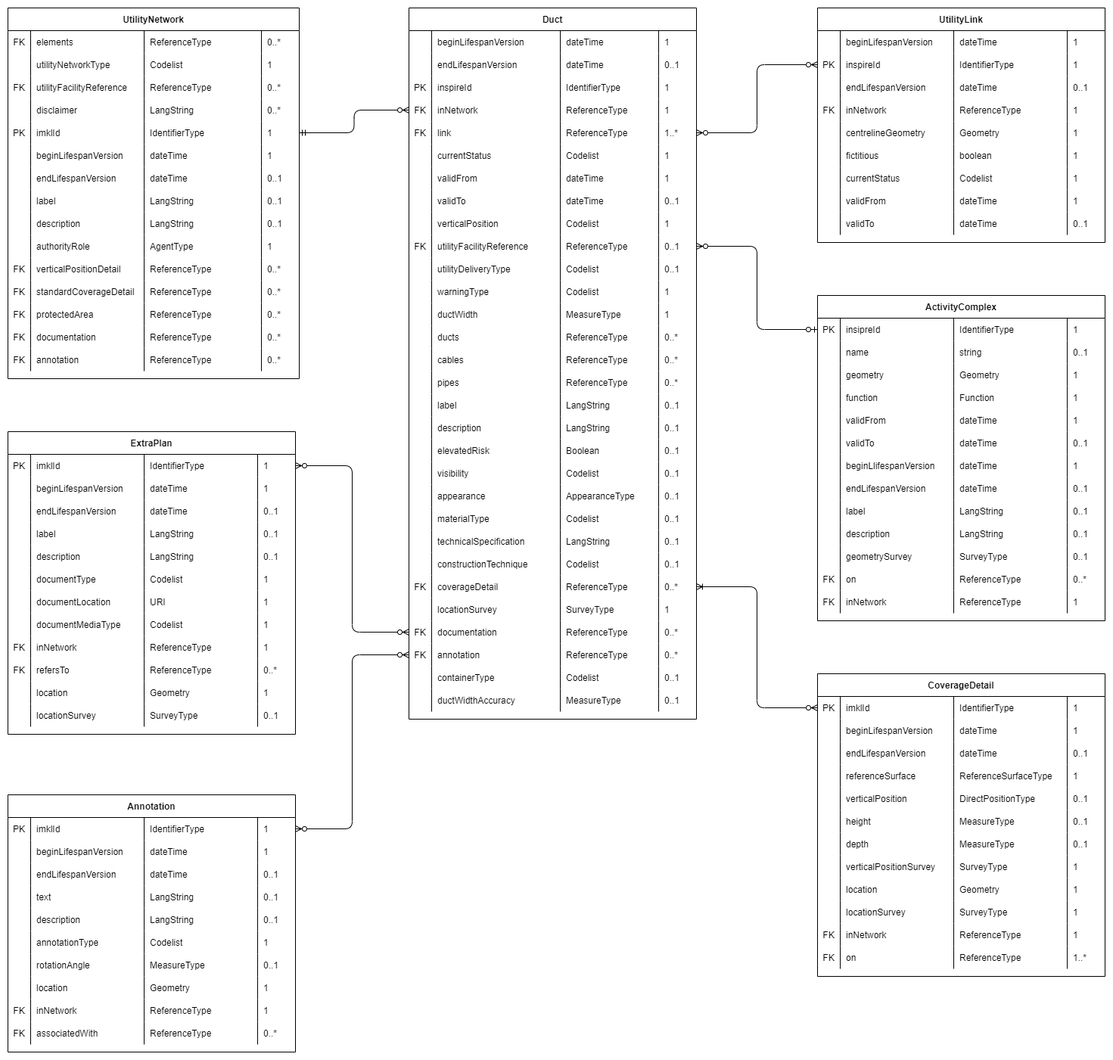
Earlier version of the draw.io export implementation/Documentation/ERD/IMKL3 Duct.png (belgif/ICEGthema-imkl). Source tidied: cells renumbered, new cells last; positions are measured from the earlier drawing's top-left corner, leaving out a move shared by most shapes.
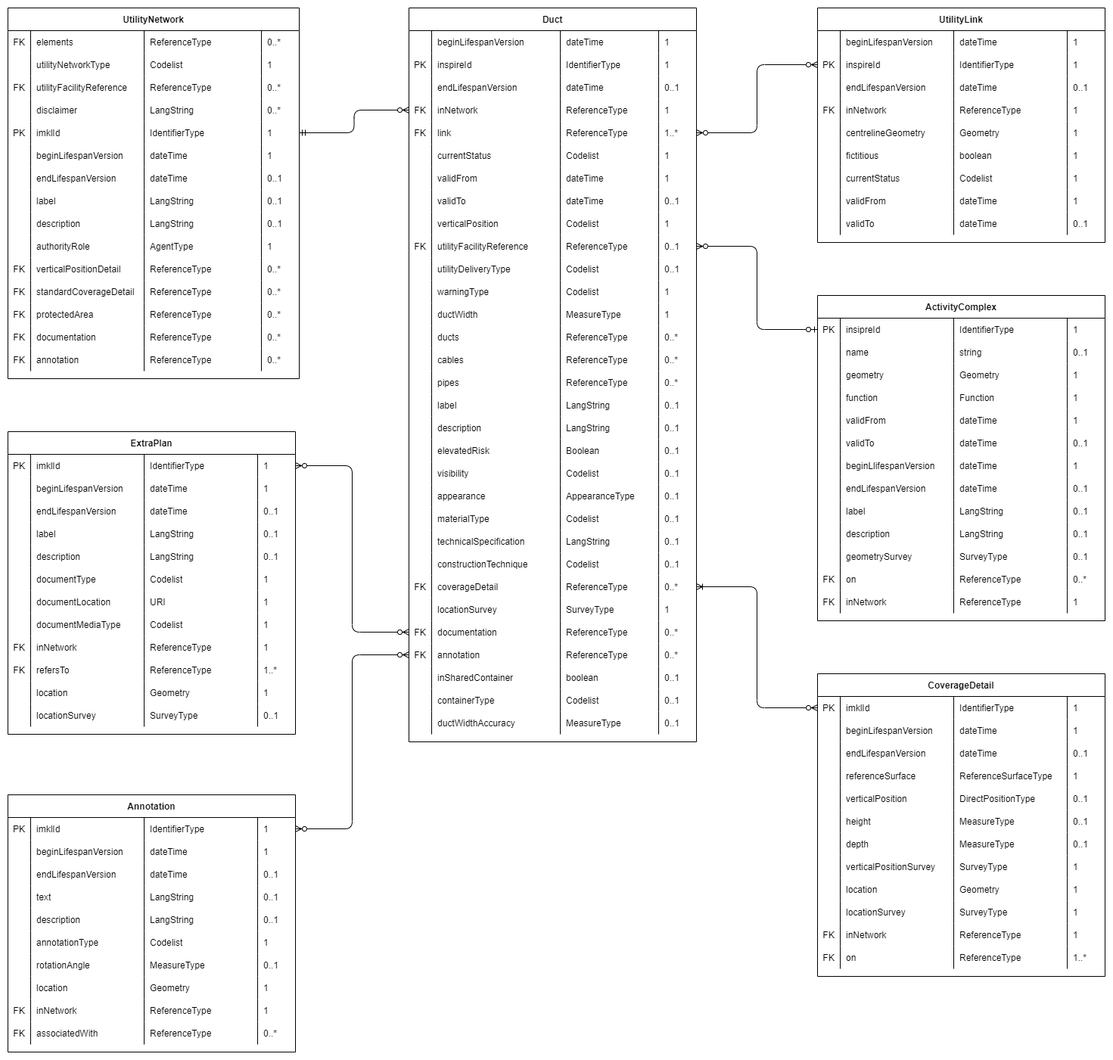
After the commit.

Change to the diagram source:
```diff
@@ -3,7 +3,7 @@
     <mxCell id="0" />
     <mxCell id="1" parent="0" />
     <mxCell id="2" value="Duct" style="shape=table;startSize=30;rowLines=0;fontStyle=1;align=center;" parent="1" vertex="1">
-      <mxGeometry x="530" width="380" height="940" as="geometry" />
+      <mxGeometry x="530" width="380" height="970" as="geometry" />
     </mxCell>
     <mxCell id="3" style="shape=tableRow;horizontal=0;startSize=0;swimlaneHead=0;swimlaneBody=0;fillColor=none;top=0;left=0;right=0;bottom=0;" parent="2" vertex="1">
       <mxGeometry y="30" width="380" height="30" as="geometry" />
@@ -20,8 +20,23 @@
     <mxCell id="7" value="1" style="shape=partialRectangle;fillColor=none;top=0;left=0;bottom=0;right=0;align=left;spacingLeft=6;overflow=hidden;" parent="3" vertex="1">
       <mxGeometry x="330" width="50" height="30" as="geometry" />
     </mxCell>
+    <mxCell id="520" style="shape=tableRow;horizontal=0;startSize=0;swimlaneHead=0;swimlaneBody=0;fillColor=none;top=0;left=0;right=0;bottom=0;" parent="2" vertex="1">
+      <mxGeometry y="60" width="380" height="30" as="geometry" />
+    </mxCell>
+    <mxCell id="14" value="PK" style="shape=partialRectangle;fillColor=none;top=0;left=0;bottom=0;right=0;overflow=hidden;" parent="520" vertex="1">
+      <mxGeometry width="30" height="30" as="geometry" />
+    </mxCell>
+    <mxCell id="15" value="inspireId" style="shape=partialRectangle;fillColor=none;top=0;left=0;bottom=0;right=0;align=left;spacingLeft=6;overflow=hidden;" parent="520" vertex="1">
+      <mxGeometry x="30" width="170" height="30" as="geometry" />
+    </mxCell>
+    <mxCell id="16" value="IdentifierType" style="shape=partialRectangle;fillColor=none;top=0;left=0;bottom=0;right=0;align=left;spacingLeft=6;overflow=hidden;" parent="520" vertex="1">
+      <mxGeometry x="200" width="130" height="30" as="geometry" />
+    </mxCell>
+    <mxCell id="17" value="1" style="shape=partialRectangle;fillColor=none;top=0;left=0;bottom=0;right=0;align=left;spacingLeft=6;overflow=hidden;" parent="520" vertex="1">
+      <mxGeometry x="330" width="50" height="30" as="geometry" />
+    </mxCell>
     <mxCell id="8" style="shape=tableRow;horizontal=0;startSize=0;swimlaneHead=0;swimlaneBody=0;fillColor=none;top=0;left=0;right=0;bottom=0;" parent="2" vertex="1">
-      <mxGeometry y="60" width="380" height="30" as="geometry" />
+      <mxGeometry y="90" width="380" height="30" as="geometry" />
     </mxCell>
     <mxCell id="9" style="shape=partialRectangle;fillColor=none;top=0;left=0;bottom=0;right=0;overflow=hidden;" parent="8" vertex="1">
       <mxGeometry width="30" height="30" as="geometry" />
@@ -35,21 +50,6 @@
     <mxCell id="12" value="0..1" style="shape=partialRectangle;fillColor=none;top=0;left=0;bottom=0;right=0;align=left;spacingLeft=6;overflow=hidden;" parent="8" vertex="1">
       <mxGeometry x="330" width="50" height="30" as="geometry" />
     </mxCell>
-    <mxCell id="13" style="shape=tableRow;horizontal=0;startSize=0;swimlaneHead=0;swimlaneBody=0;fillColor=none;top=0;left=0;right=0;bottom=0;" parent="2" vertex="1">
-      <mxGeometry y="90" width="380" height="30" as="geometry" />
-    </mxCell>
-    <mxCell id="14" value="PK" style="shape=partialRectangle;fillColor=none;top=0;left=0;bottom=0;right=0;overflow=hidden;" parent="13" vertex="1">
-      <mxGeometry width="30" height="30" as="geometry" />
-    </mxCell>
-    <mxCell id="15" value="inspireId" style="shape=partialRectangle;fillColor=none;top=0;left=0;bottom=0;right=0;align=left;spacingLeft=6;overflow=hidden;" parent="13" vertex="1">
-      <mxGeometry x="30" width="170" height="30" as="geometry" />
-    </mxCell>
-    <mxCell id="16" value="IdentifierType" style="shape=partialRectangle;fillColor=none;top=0;left=0;bottom=0;right=0;align=left;spacingLeft=6;overflow=hidden;" parent="13" vertex="1">
-      <mxGeometry x="200" width="130" height="30" as="geometry" />
-    </mxCell>
-    <mxCell id="17" value="1" style="shape=partialRectangle;fillColor=none;top=0;left=0;bottom=0;right=0;align=left;spacingLeft=6;overflow=hidden;" parent="13" vertex="1">
-      <mxGeometry x="330" width="50" height="30" as="geometry" />
-    </mxCell>
     <mxCell id="18" style="shape=tableRow;horizontal=0;startSize=0;swimlaneHead=0;swimlaneBody=0;fillColor=none;points=[[0,0.5],[1,0.5]];portConstraint=eastwest;top=0;left=0;right=0;bottom=0;" parent="2" vertex="1">
       <mxGeometry y="120" width="380" height="30" as="geometry" />
     </mxCell>
@@ -425,8 +425,23 @@
     <mxCell id="142" value="0..*" style="shape=partialRectangle;fillColor=none;top=0;left=0;bottom=0;right=0;align=left;spacingLeft=6;overflow=hidden;" parent="138" vertex="1">
       <mxGeometry x="330" width="50" height="30" as="geometry" />
     </mxCell>
+    <mxCell id="521" style="shape=tableRow;horizontal=0;startSize=0;swimlaneHead=0;swimlaneBody=0;fillColor=none;top=0;left=0;right=0;bottom=0;" parent="2" vertex="1">
+      <mxGeometry y="870" width="380" height="30" as="geometry" />
+    </mxCell>
+    <mxCell id="522" style="shape=partialRectangle;fillColor=none;top=0;left=0;bottom=0;right=0;overflow=hidden;" parent="521" vertex="1">
+      <mxGeometry width="30" height="30" as="geometry" />
+    </mxCell>
+    <mxCell id="523" value="inSharedContainer" style="shape=partialRectangle;fillColor=none;top=0;left=0;bottom=0;right=0;align=left;spacingLeft=6;overflow=hidden;" parent="521" vertex="1">
+      <mxGeometry x="30" width="170" height="30" as="geometry" />
+    </mxCell>
+    <mxCell id="524" value="boolean" style="shape=partialRectangle;fillColor=none;top=0;left=0;bottom=0;right=0;align=left;spacingLeft=6;overflow=hidden;" parent="521" vertex="1">
+      <mxGeometry x="200" width="130" height="30" as="geometry" />
+    </mxCell>
+    <mxCell id="525" value="0..1" style="shape=partialRectangle;fillColor=none;top=0;left=0;bottom=0;right=0;align=left;spacingLeft=6;overflow=hidden;" parent="521" vertex="1">
+      <mxGeometry x="330" width="50" height="30" as="geometry" />
+    </mxCell>
     <mxCell id="143" style="shape=tableRow;horizontal=0;startSize=0;swimlaneHead=0;swimlaneBody=0;fillColor=none;top=0;left=0;right=0;bottom=0;" parent="2" vertex="1">
-      <mxGeometry y="870" width="380" height="30" as="geometry" />
+      <mxGeometry y="900" width="380" height="30" as="geometry" />
     </mxCell>
     <mxCell id="144" style="shape=partialRectangle;fillColor=none;top=0;left=0;bottom=0;right=0;overflow=hidden;" parent="143" vertex="1">
       <mxGeometry width="30" height="30" as="geometry" />
@@ -441,7 +456,7 @@
       <mxGeometry x="330" width="50" height="30" as="geometry" />
     </mxCell>
     <mxCell id="148" style="shape=tableRow;horizontal=0;startSize=0;swimlaneHead=0;swimlaneBody=0;fillColor=none;top=0;left=0;right=0;bottom=0;" parent="2" vertex="1">
-      <mxGeometry y="900" width="380" height="30" as="geometry" />
+      <mxGeometry y="930" width="380" height="30" as="geometry" />
     </mxCell>
     <mxCell id="149" style="shape=partialRectangle;fillColor=none;top=0;left=0;bottom=0;right=0;overflow=hidden;" parent="148" vertex="1">
       <mxGeometry width="30" height="30" as="geometry" />
@@ -1352,7 +1367,7 @@
     <mxCell id="451" value="ReferenceType" style="shape=partialRectangle;fillColor=none;top=0;left=0;bottom=0;right=0;align=left;spacingLeft=6;overflow=hidden;" parent="448" vertex="1">
       <mxGeometry x="180" width="150" height="30" as="geometry" />
     </mxCell>
-    <mxCell id="452" value="0..*" style="shape=partialRectangle;fillColor=none;top=0;left=0;bottom=0;right=0;align=left;spacingLeft=6;overflow=hidden;" parent="448" vertex="1">
+    <mxCell id="452" value="1..*" style="shape=partialRectangle;fillColor=none;top=0;left=0;bottom=0;right=0;align=left;spacingLeft=6;overflow=hidden;" parent="448" vertex="1">
       <mxGeometry x="330" width="50" height="30" as="geometry" />
     </mxCell>
     <mxCell id="453" style="shape=tableRow;horizontal=0;startSize=0;swimlaneHead=0;swimlaneBody=0;fillColor=none;top=0;left=0;right=0;bottom=0;" parent="402" vertex="1">
```
